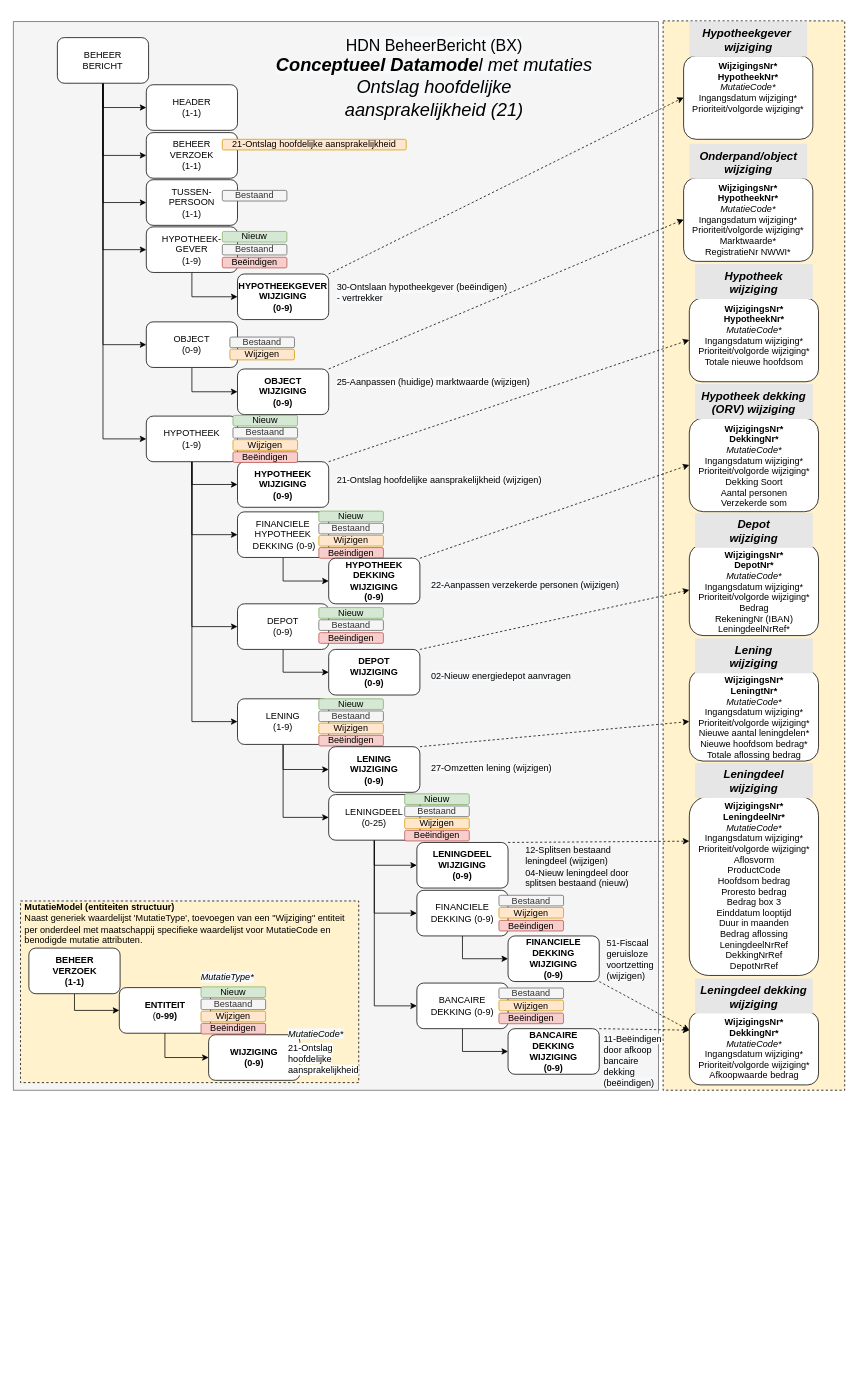
luchthandel/diagrams keeps this draw.io diagram as page "DataModel OHA met Mutaties" (4 of 7) of HDN_BX_MM_OntslagHoofdelijk.drawio. Above is the earlier version. Source tidied: cells renumbered, new cells numbered last; positions are measured from the earlier drawing's top-left corner, leaving out a move shared by most shapes. Both pictures are drawn from the tidied source at 76%, with x=0, y=0 at pixel (13, 21).
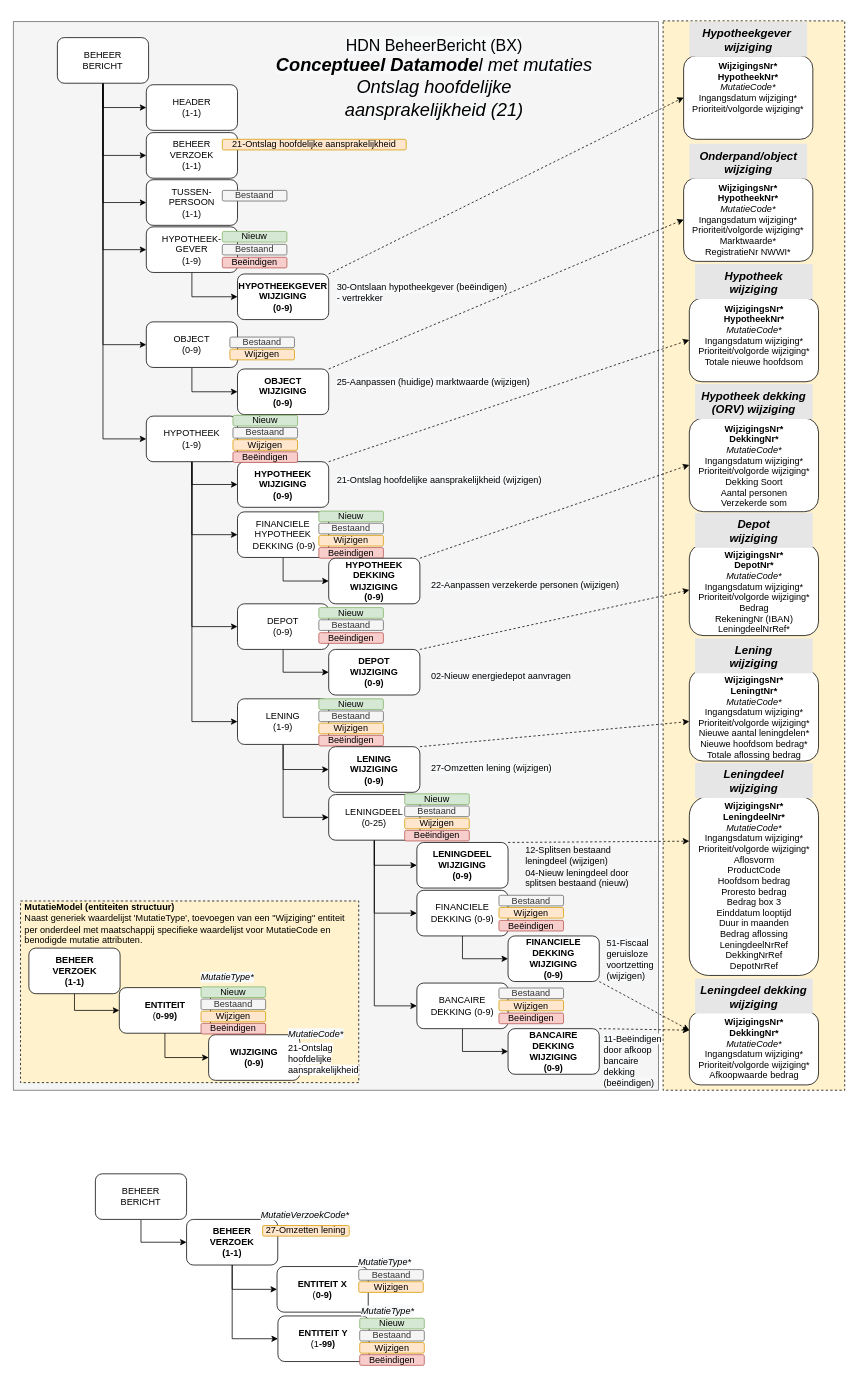
After the change.

Diff of the diagram source:
```diff
@@
+    <mxCell id="127" value="&lt;div&gt;&lt;span&gt;&lt;font color=&quot;#000000&quot; face=&quot;helvetica&quot;&gt;ENTITEIT X&lt;/font&gt;&lt;/span&gt;&lt;/div&gt;&lt;div&gt;&lt;span style=&quot;color: rgb(0 , 0 , 0) ; font-family: &amp;#34;helvetica&amp;#34; ; font-weight: normal&quot;&gt;(&lt;/span&gt;&lt;span style=&quot;color: rgb(0 , 0 , 0) ; font-family: &amp;#34;helvetica&amp;#34;&quot;&gt;0-9)&lt;/span&gt;&lt;br&gt;&lt;/div&gt;" style="rounded=1;whiteSpace=wrap;html=1;fontStyle=1;fontColor=#808080;align=center;" parent="1" vertex="1">
+      <mxGeometry x="347" y="1639" width="120" height="60" as="geometry" />
+    </mxCell>
+    <mxCell id="128" value="&lt;i style=&quot;color: rgb(0 , 0 , 0) ; font-family: &amp;#34;helvetica&amp;#34; ; font-size: 12px ; font-weight: 400 ; letter-spacing: normal ; text-align: right ; text-indent: 0px ; text-transform: none ; word-spacing: 0px ; background-color: rgb(248 , 249 , 250)&quot;&gt;MutatieType*&lt;br&gt;&lt;/i&gt;" style="text;whiteSpace=wrap;html=1;fontColor=#808080;" parent="1" vertex="1">
+      <mxGeometry x="452" y="1619" width="87" height="19" as="geometry" />
+    </mxCell>
+    <mxCell id="129" value="&lt;span style=&quot;font-weight: 400&quot;&gt;Bestaand&lt;/span&gt;" style="rounded=1;whiteSpace=wrap;html=1;fontStyle=1;fillColor=#f5f5f5;strokeColor=#666666;fontColor=#333333;" parent="1" vertex="1">
+      <mxGeometry x="454.5" y="1643" width="85" height="14" as="geometry" />
+    </mxCell>
+    <mxCell id="130" value="&lt;span style=&quot;font-weight: 400&quot;&gt;Wijzigen&lt;/span&gt;" style="rounded=1;whiteSpace=wrap;html=1;fontStyle=1;fillColor=#ffe6cc;strokeColor=#d79b00;" parent="1" vertex="1">
+      <mxGeometry x="454.5" y="1659" width="85" height="14" as="geometry" />
+    </mxCell>
+    <mxCell id="131" style="edgeStyle=orthogonalEdgeStyle;rounded=0;jettySize=auto;html=1;exitX=0.5;exitY=1;exitDx=0;exitDy=0;entryX=0;entryY=0.5;entryDx=0;entryDy=0;" parent="1" edge="1" source="133" target="127">
+      <mxGeometry relative="1" as="geometry" />
+    </mxCell>
+    <mxCell id="132" style="edgeStyle=orthogonalEdgeStyle;rounded=0;jettySize=auto;html=1;exitX=0.5;exitY=1;exitDx=0;exitDy=0;entryX=0;entryY=0.5;entryDx=0;entryDy=0;" parent="1" edge="1" source="133" target="137">
+      <mxGeometry relative="1" as="geometry" />
+    </mxCell>
+    <mxCell id="133" value="BEHEER&lt;br&gt;VERZOEK&lt;br&gt;(1-1)" style="rounded=1;whiteSpace=wrap;html=1;fontStyle=1;" parent="1" vertex="1">
+      <mxGeometry x="228" y="1577" width="120" height="60" as="geometry" />
+    </mxCell>
+    <mxCell id="134" value="&lt;span style=&quot;font-family: &amp;#34;helvetica&amp;#34; ; font-weight: 400&quot;&gt;27-Omzetten lening&lt;/span&gt;" style="rounded=1;whiteSpace=wrap;html=1;fontStyle=1;fillColor=#ffe6cc;strokeColor=#d79b00;" parent="1" vertex="1">
+      <mxGeometry x="328" y="1585" width="114" height="14" as="geometry" />
+    </mxCell>
+    <mxCell id="135" style="edgeStyle=orthogonalEdgeStyle;rounded=0;jettySize=auto;html=1;exitX=0.5;exitY=1;exitDx=0;exitDy=0;entryX=0;entryY=0.5;entryDx=0;entryDy=0;" parent="1" edge="1" source="136" target="133">
+      <mxGeometry relative="1" as="geometry" />
+    </mxCell>
+    <mxCell id="136" value="BEHEER&lt;br&gt;BERICHT" style="rounded=1;whiteSpace=wrap;html=1;fontStyle=0;" parent="1" vertex="1">
+      <mxGeometry x="108" y="1517" width="120" height="60" as="geometry" />
+    </mxCell>
+    <mxCell id="137" value="&lt;div&gt;&lt;span&gt;&lt;font color=&quot;#000000&quot; face=&quot;helvetica&quot;&gt;ENTITEIT Y&lt;/font&gt;&lt;/span&gt;&lt;/div&gt;&lt;div&gt;&lt;span style=&quot;color: rgb(0 , 0 , 0) ; font-family: &amp;#34;helvetica&amp;#34; ; font-weight: normal&quot;&gt;(1&lt;/span&gt;&lt;span style=&quot;color: rgb(0 , 0 , 0) ; font-family: &amp;#34;helvetica&amp;#34;&quot;&gt;-99)&lt;/span&gt;&lt;br&gt;&lt;/div&gt;" style="rounded=1;whiteSpace=wrap;html=1;fontStyle=1;fontColor=#808080;align=center;" parent="1" vertex="1">
+      <mxGeometry x="348.2" y="1704" width="120" height="60" as="geometry" />
+    </mxCell>
+    <mxCell id="138" value="&lt;span style=&quot;font-weight: 400&quot;&gt;Beëindigen&lt;/span&gt;" style="rounded=1;whiteSpace=wrap;html=1;fontStyle=1;fillColor=#f8cecc;strokeColor=#b85450;" parent="1" vertex="1">
+      <mxGeometry x="455.8" y="1755" width="85" height="14" as="geometry" />
+    </mxCell>
+    <mxCell id="139" value="&lt;span style=&quot;font-weight: 400&quot;&gt;Nieuw&lt;/span&gt;" style="rounded=1;whiteSpace=wrap;html=1;fontStyle=1;fillColor=#d5e8d4;strokeColor=#82b366;" parent="1" vertex="1">
+      <mxGeometry x="455.8" y="1707" width="85" height="14" as="geometry" />
+    </mxCell>
+    <mxCell id="140" value="&lt;span style=&quot;font-weight: 400&quot;&gt;Bestaand&lt;/span&gt;" style="rounded=1;whiteSpace=wrap;html=1;fontStyle=1;fillColor=#f5f5f5;strokeColor=#666666;fontColor=#333333;" parent="1" vertex="1">
+      <mxGeometry x="455.8" y="1723" width="85" height="14" as="geometry" />
+    </mxCell>
+    <mxCell id="141" value="&lt;span style=&quot;font-weight: 400&quot;&gt;Wijzigen&lt;/span&gt;" style="rounded=1;whiteSpace=wrap;html=1;fontStyle=1;fillColor=#ffe6cc;strokeColor=#d79b00;" parent="1" vertex="1">
+      <mxGeometry x="455.8" y="1739" width="85" height="14" as="geometry" />
+    </mxCell>
+    <mxCell id="142" value="&lt;i style=&quot;color: rgb(0 , 0 , 0) ; font-family: &amp;#34;helvetica&amp;#34; ; font-size: 12px ; font-weight: 400 ; letter-spacing: normal ; text-align: right ; text-indent: 0px ; text-transform: none ; word-spacing: 0px ; background-color: rgb(248 , 249 , 250)&quot;&gt;MutatieVerzoekCode*&lt;br&gt;&lt;/i&gt;" style="text;whiteSpace=wrap;html=1;fontColor=#808080;" parent="1" vertex="1">
+      <mxGeometry x="324" y="1558" width="87" height="19" as="geometry" />
+    </mxCell>
+    <mxCell id="143" value="&lt;i style=&quot;color: rgb(0 , 0 , 0) ; font-family: &amp;#34;helvetica&amp;#34; ; font-size: 12px ; font-weight: 400 ; letter-spacing: normal ; text-align: right ; text-indent: 0px ; text-transform: none ; word-spacing: 0px ; background-color: rgb(248 , 249 , 250)&quot;&gt;MutatieType*&lt;br&gt;&lt;/i&gt;" style="text;whiteSpace=wrap;html=1;fontColor=#808080;" parent="1" vertex="1">
+      <mxGeometry x="455.8" y="1684" width="87" height="19" as="geometry" />
+    </mxCell>
```
